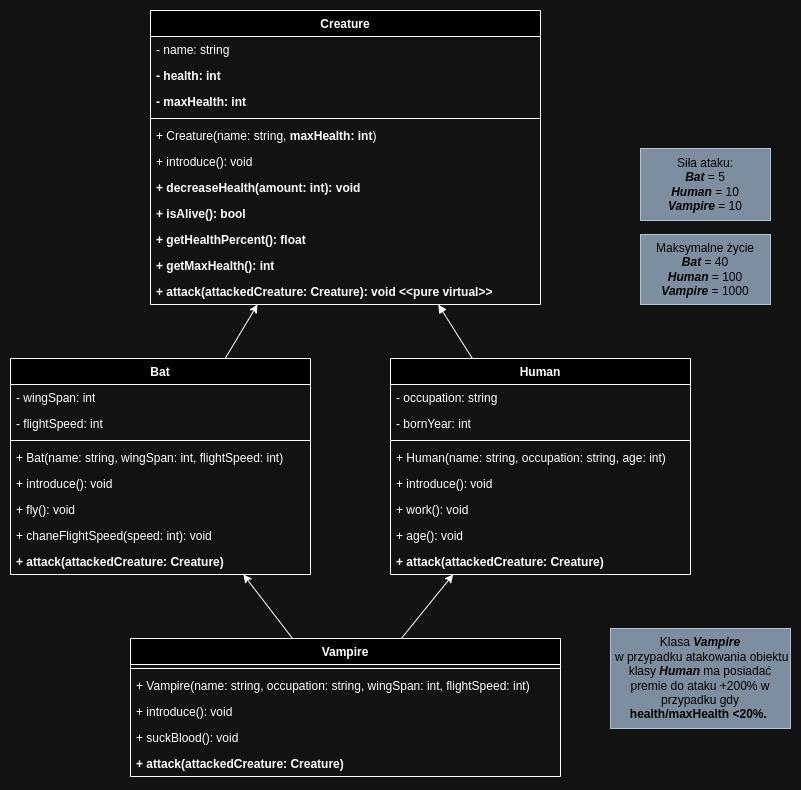
Above: assets/vampire2Extended.drawio.png in Kajkitsu/po (draw.io), before the change. Source tidied: cells renumbered, new cells last; positions are measured from the earlier drawing's top-left corner, leaving out a move shared by most shapes.
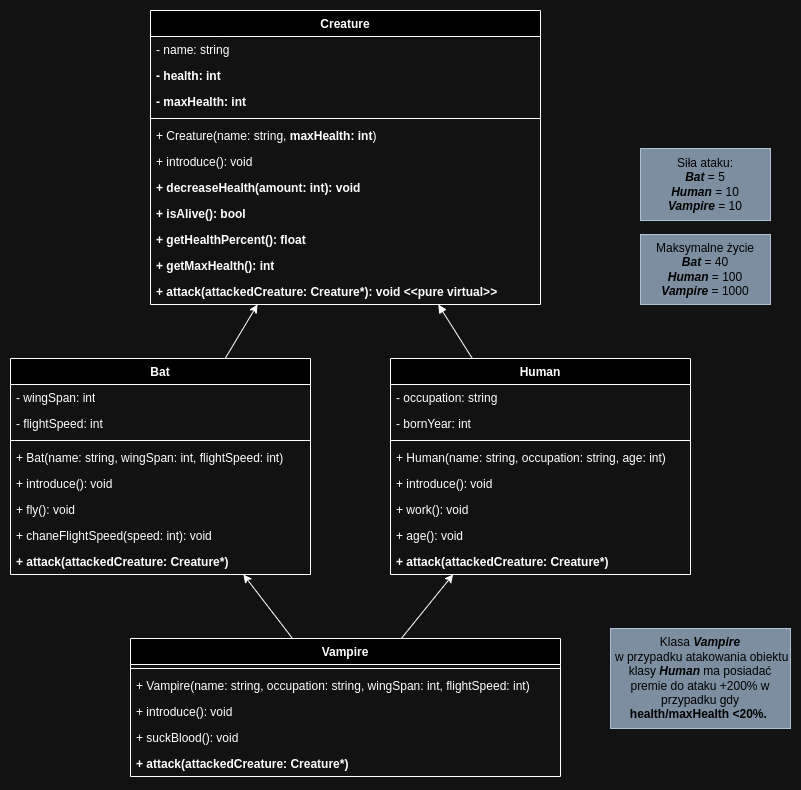
After the commit.

The edit, as a diff of the source:
```diff
@@ -35,7 +35,7 @@
     <mxCell id="12" value="&lt;b&gt;+ getMaxHealth(): int&lt;/b&gt;" style="text;strokeColor=none;fillColor=none;align=left;verticalAlign=top;spacingLeft=4;spacingRight=4;overflow=hidden;whiteSpace=wrap;html=1;" parent="2" vertex="1">
       <mxGeometry y="242" width="390" height="26" as="geometry" />
     </mxCell>
-    <mxCell id="13" value="&lt;b&gt;+ attack(attackedCreature: Creature): void&amp;nbsp;&amp;lt;&amp;lt;pure virtual&amp;gt;&amp;gt;&lt;/b&gt;" style="text;strokeColor=none;fillColor=none;align=left;verticalAlign=top;spacingLeft=4;spacingRight=4;overflow=hidden;whiteSpace=wrap;html=1;" parent="2" vertex="1">
+    <mxCell id="13" value="&lt;b&gt;+ attack(attackedCreature: Creature*): void&amp;nbsp;&amp;lt;&amp;lt;pure virtual&amp;gt;&amp;gt;&lt;/b&gt;" style="text;strokeColor=none;fillColor=none;align=left;verticalAlign=top;spacingLeft=4;spacingRight=4;overflow=hidden;whiteSpace=wrap;html=1;" parent="2" vertex="1">
       <mxGeometry y="268" width="390" height="26" as="geometry" />
     </mxCell>
     <mxCell id="14" style="rounded=0;jettySize=auto;html=1;endArrow=block;endFill=1;" parent="1" edge="1" source="15" target="2">
@@ -65,7 +65,7 @@
     <mxCell id="22" value="+ age(): void" style="text;strokeColor=none;fillColor=none;align=left;verticalAlign=top;spacingLeft=4;spacingRight=4;overflow=hidden;whiteSpace=wrap;html=1;" parent="15" vertex="1">
       <mxGeometry y="164" width="300" height="26" as="geometry" />
     </mxCell>
-    <mxCell id="23" value="&lt;b&gt;+ attack(attackedCreature: Creature)&lt;/b&gt;" style="text;strokeColor=none;fillColor=none;align=left;verticalAlign=top;spacingLeft=4;spacingRight=4;overflow=hidden;whiteSpace=wrap;html=1;" parent="15" vertex="1">
+    <mxCell id="23" value="&lt;b&gt;+ attack(attackedCreature: Creature*)&lt;/b&gt;" style="text;strokeColor=none;fillColor=none;align=left;verticalAlign=top;spacingLeft=4;spacingRight=4;overflow=hidden;whiteSpace=wrap;html=1;" parent="15" vertex="1">
       <mxGeometry y="190" width="300" height="26" as="geometry" />
     </mxCell>
     <mxCell id="24" style="rounded=0;jettySize=auto;html=1;" parent="1" edge="1" source="25" target="2">
@@ -95,7 +95,7 @@
     <mxCell id="32" value="+ chaneFlightSpeed(speed: int): void" style="text;strokeColor=none;fillColor=none;align=left;verticalAlign=top;spacingLeft=4;spacingRight=4;overflow=hidden;whiteSpace=wrap;html=1;" parent="25" vertex="1">
       <mxGeometry y="164" width="300" height="26" as="geometry" />
     </mxCell>
-    <mxCell id="33" value="&lt;b&gt;+ attack(attackedCreature: Creature)&lt;/b&gt;" style="text;strokeColor=none;fillColor=none;align=left;verticalAlign=top;spacingLeft=4;spacingRight=4;overflow=hidden;whiteSpace=wrap;html=1;" parent="25" vertex="1">
+    <mxCell id="33" value="&lt;b&gt;+ attack(attackedCreature: Creature*)&lt;/b&gt;" style="text;strokeColor=none;fillColor=none;align=left;verticalAlign=top;spacingLeft=4;spacingRight=4;overflow=hidden;whiteSpace=wrap;html=1;" parent="25" vertex="1">
       <mxGeometry y="190" width="300" height="26" as="geometry" />
     </mxCell>
     <mxCell id="34" style="rounded=0;jettySize=auto;html=1;" parent="1" edge="1" source="36" target="15">
@@ -119,7 +119,7 @@
     <mxCell id="40" value="+ suckBlood(): void" style="text;strokeColor=none;fillColor=none;align=left;verticalAlign=top;spacingLeft=4;spacingRight=4;overflow=hidden;whiteSpace=wrap;html=1;" parent="36" vertex="1">
       <mxGeometry y="86" width="430" height="26" as="geometry" />
     </mxCell>
-    <mxCell id="41" value="&lt;b&gt;+ attack(attackedCreature: Creature)&lt;/b&gt;" style="text;strokeColor=none;fillColor=none;align=left;verticalAlign=top;spacingLeft=4;spacingRight=4;overflow=hidden;whiteSpace=wrap;html=1;" parent="36" vertex="1">
+    <mxCell id="41" value="&lt;b&gt;+ attack(attackedCreature: Creature*)&lt;/b&gt;" style="text;strokeColor=none;fillColor=none;align=left;verticalAlign=top;spacingLeft=4;spacingRight=4;overflow=hidden;whiteSpace=wrap;html=1;" parent="36" vertex="1">
       <mxGeometry y="112" width="430" height="26" as="geometry" />
     </mxCell>
     <mxCell id="42" value="Maksymalne życie&lt;br&gt;&lt;i style=&quot;font-weight: bold;&quot;&gt;Bat&lt;/i&gt; = 40&lt;br&gt;&lt;b&gt;&lt;i&gt;Human&lt;/i&gt;&lt;/b&gt; = 100&lt;br&gt;&lt;b&gt;&lt;i&gt;Vampire&lt;/i&gt;&lt;/b&gt; = 1000" style="rounded=0;whiteSpace=wrap;html=1;fillColor=#647687;fontColor=#ffffff;strokeColor=#314354;" parent="1" vertex="1">
```
